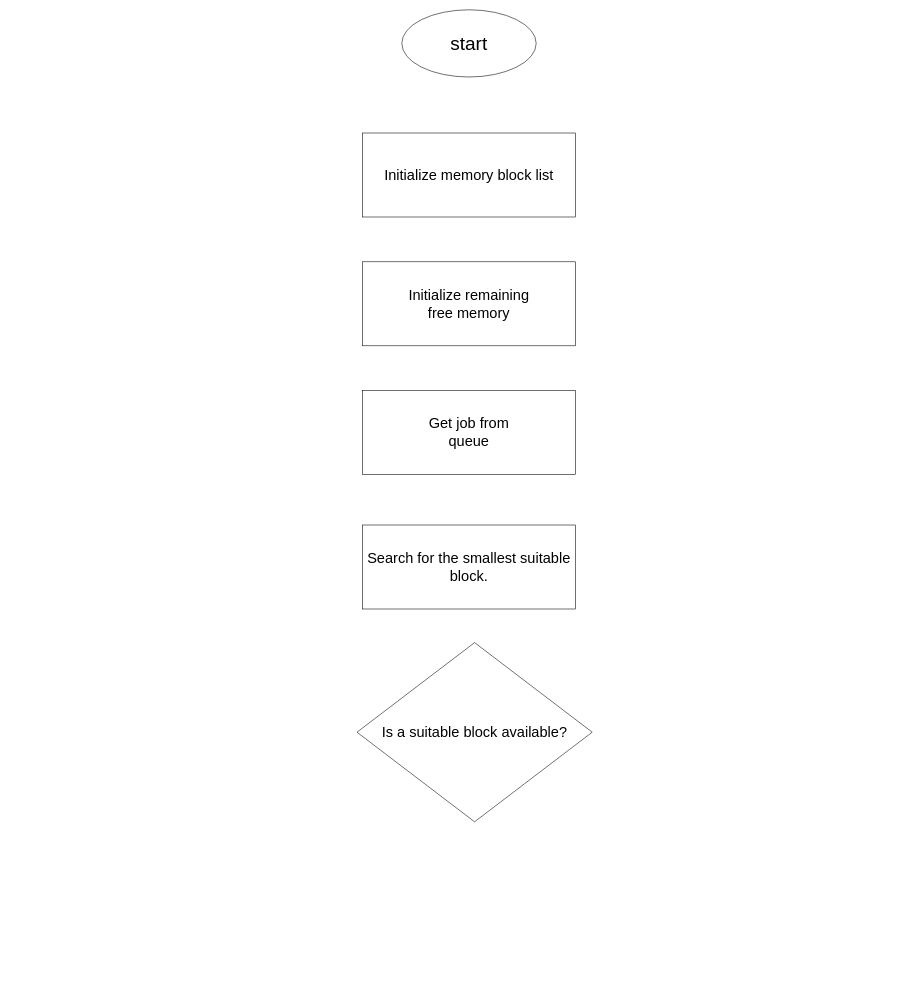
Before: Untitled Diagram.drawio in Vimukthi-Randunu/EEX5563Mini-project-RegNo-721429544, a draw.io diagram. Source tidied: cells renumbered, new cells numbered last; positions are measured from the earlier drawing's top-left corner, leaving out a move shared by most shapes. Both pictures are drawn from the tidied source at 56%, with x=0, y=0 at pixel (357, 10).
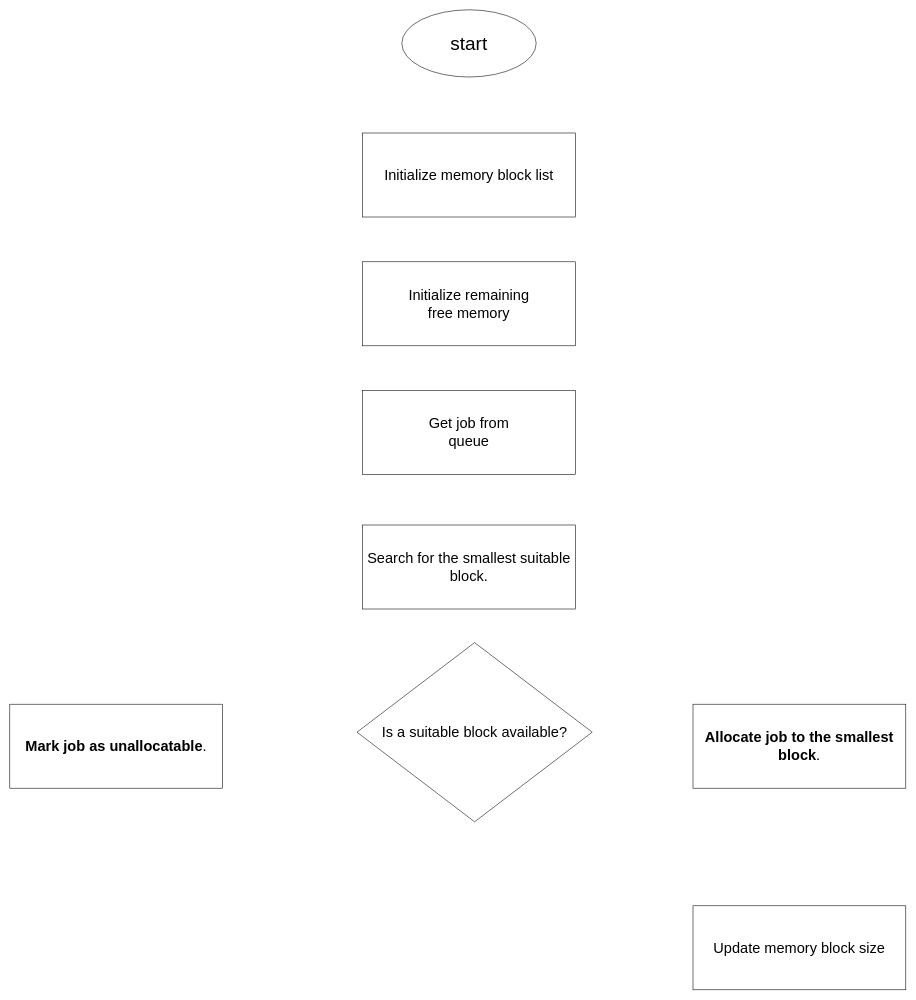
Above is the later version.

Diff of the diagram source:
```diff
@@
 <mxGraphModel>
   <root>
     <mxCell id="0" />
     <mxCell id="1" parent="0" />
     <mxCell id="2" value="&lt;font style=&quot;font-size: 34px;&quot;&gt;start&lt;/font&gt;" style="ellipse;whiteSpace=wrap;html=1;" parent="1" vertex="1">
       <mxGeometry x="80" width="240" height="120" as="geometry" />
     </mxCell>
     <mxCell id="3" value="&lt;font style=&quot;font-size: 26px;&quot;&gt;Initialize memory block list&lt;/font&gt;" style="rounded=0;whiteSpace=wrap;html=1;" parent="1" vertex="1">
       <mxGeometry x="10" y="220" width="380" height="150" as="geometry" />
     </mxCell>
     <mxCell id="4" value="&lt;font style=&quot;font-size: 26px;&quot;&gt;Initialize remaining&lt;/font&gt;&lt;div&gt;&lt;font style=&quot;font-size: 26px;&quot;&gt;free memory&lt;/font&gt;&lt;/div&gt;" style="rounded=0;whiteSpace=wrap;html=1;" parent="1" vertex="1">
       <mxGeometry x="10" y="450" width="380" height="150" as="geometry" />
     </mxCell>
     <mxCell id="5" value="&lt;span style=&quot;font-size: 26px;&quot;&gt;Get job from&lt;/span&gt;&lt;div&gt;&lt;span style=&quot;font-size: 26px;&quot;&gt;queue&lt;/span&gt;&lt;/div&gt;" style="rounded=0;whiteSpace=wrap;html=1;" parent="1" vertex="1">
       <mxGeometry x="10" y="680" width="380" height="150" as="geometry" />
     </mxCell>
     <mxCell id="6" value="&lt;div&gt;&lt;font style=&quot;font-size: 26px;&quot;&gt;Search for the smallest suitable block.&lt;/font&gt;&lt;br&gt;&lt;/div&gt;" style="rounded=0;whiteSpace=wrap;html=1;" parent="1" vertex="1">
       <mxGeometry x="10" y="920" width="380" height="150" as="geometry" />
     </mxCell>
     <mxCell id="7" value="&lt;font style=&quot;font-size: 26px;&quot;&gt;Is a suitable block available?&lt;/font&gt;" style="rhombus;whiteSpace=wrap;html=1;" parent="1" vertex="1">
       <mxGeometry y="1130" width="420" height="320" as="geometry" />
     </mxCell>
+    <mxCell id="8" value="&lt;div&gt;&lt;font style=&quot;font-size: 26px;&quot;&gt;&lt;strong&gt;Allocate job to the smallest block&lt;/strong&gt;.&lt;/font&gt;&lt;br&gt;&lt;/div&gt;" style="rounded=0;whiteSpace=wrap;html=1;" parent="1" vertex="1">
+      <mxGeometry x="600" y="1240" width="380" height="150" as="geometry" />
+    </mxCell>
+    <mxCell id="9" value="&lt;div&gt;&lt;font style=&quot;font-size: 26px;&quot;&gt;Update memory block size&lt;/font&gt;&lt;br&gt;&lt;/div&gt;" style="rounded=0;whiteSpace=wrap;html=1;" parent="1" vertex="1">
+      <mxGeometry x="600" y="1600" width="380" height="150" as="geometry" />
+    </mxCell>
+    <mxCell id="10" value="&lt;div&gt;&lt;font style=&quot;font-size: 26px;&quot;&gt;&lt;strong&gt;Mark job as unallocatable&lt;/strong&gt;.&lt;/font&gt;&lt;br&gt;&lt;/div&gt;" style="rounded=0;whiteSpace=wrap;html=1;" parent="1" vertex="1">
+      <mxGeometry x="-620" y="1240" width="380" height="150" as="geometry" />
+    </mxCell>
   </root>
 </mxGraphModel>
```
